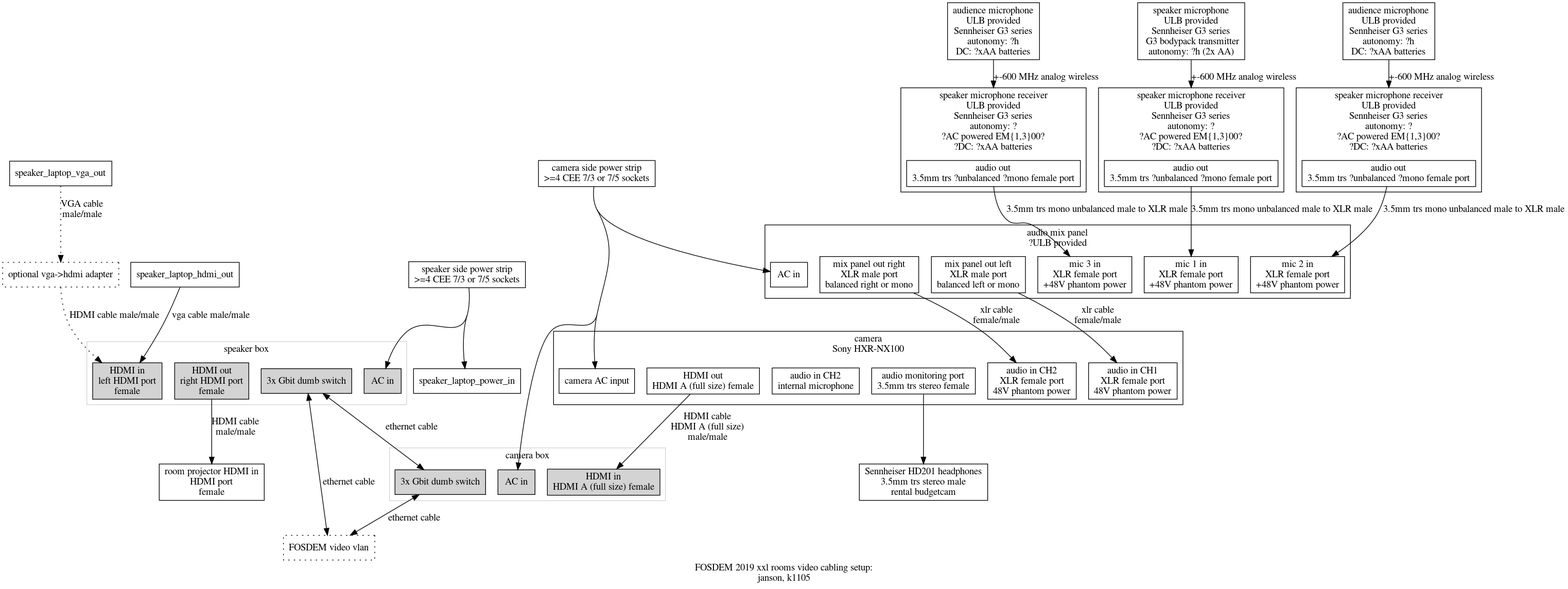
This is graph/cabling_xxl_rooms.png from zeridon/video, a Graphviz export, as it was before one commit. Its source is kept beside it as graph/cabling_xxl_rooms.dot. Its diagram source:
```dot
digraph G {
	label="FOSDEM 2019 xxl rooms video cabling setup:\njanson, k1105";
	concentrate = true;
	compound = true;
	node [shape = box];
	speaker_microphone [label="speaker microphone\nULB provided\nSennheiser G3 series\n G3 bodypack transmitter\nautonomy: ?h (2x AA)",URL="https://en-us.sennheiser.com/global-downloads/file/671/Set100PG3_US_INT.pdf"];
	audience_microphone_1 [label="audience microphone\nULB provided\nSennheiser G3 series\nautonomy: ?h\nDC: ?xAA batteries", URL="https://en-us.sennheiser.com/global-downloads/file/671/Set100PG3_US_INT.pdf"];
	audience_microphone_2 [label="audience microphone\nULB provided\nSennheiser G3 series\nautonomy: ?h\nDC: ?xAA batteries", URL="https://en-us.sennheiser.com/global-downloads/file/671/Set100PG3_US_INT.pdf"];
	subgraph cluster_speaker_microphone_receiver {
		label="speaker microphone receiver\nULB provided\nSennheiser G3 series\nautonomy: ?\n?AC powered EM{1,3}00?\n?DC: ?xAA batteries";
		URL = "https://en-us.sennheiser.com/global-downloads/file/671/Set100PG3_US_INT.pdf";
		speaker_microphone_receiver_audio_out [label = "audio out\n3.5mm trs ?unbalanced ?mono female port"];
	}
	subgraph cluster_audience_microphone_1_receiver {
		label="speaker microphone receiver\nULB provided\nSennheiser G3 series\nautonomy: ?\n?AC powered EM{1,3}00?\n?DC: ?xAA batteries";
		URL = "https://en-us.sennheiser.com/global-downloads/file/671/Set100PG3_US_INT.pdf";
		audience_microphone_1_receiver_audio_out [label = "audio out\n3.5mm trs ?unbalanced ?mono female port"];
	}
	subgraph cluster_audience_microphone_2_receiver {
		label="speaker microphone receiver\nULB provided\nSennheiser G3 series\nautonomy: ?\n?AC powered EM{1,3}00?\n?DC: ?xAA batteries";
		URL = "https://en-us.sennheiser.com/global-downloads/file/671/Set100PG3_US_INT.pdf";
		audience_microphone_2_receiver_audio_out [label = "audio out\n3.5mm trs ?unbalanced ?mono female port"];
	}

	subgraph cluster_speaker_laptop {
		label = "speaker laptop";
		speaker_laptop_vga_out = "HDMI OUT (female)";
		speaker_laptop_hdmi_out = "HDMI out";
		speaker_laptop_other_screen_out = "other screen out\n(not VGA or HDMI)";
		speaker_laptop_power_in = "AC power in";
	}
	vga_hdmi_adapter [label = "optional vga->hdmi adapter", style="dotted"];
	subgraph cluster_camera {
		label="camera\nSony HXR-NX100"
		URL="https://pro.sony.com/bbsccms/assets/files/micro/nxcam/latest/Sony_HXR-NX100.pdf";
		camera_xlr_in_1 [label = "audio in CH1\nXLR female port\n48V phantom power"];
		camera_xlr_in_2 [label = "audio in CH2\nXLR female port\n48V phantom power"];
		camera_hdmi_out [label = "HDMI out\nHDMI A (full size) female"];
		camera_internal_mic [label="audio in CH2\ninternal microphone"];
		camera_audio_monitor [label="audio monitoring port\n3.5mm trs stereo female"];
		camera_ac_in [label="camera AC input"];
	}

	subgraph fosdem_network {
			#style = filled;
			color = lightgrey;
			node [style = filled];
			subgraph cluster_cam_box {
				label = "camera box";
				URL = "https://github.com/FOSDEM/video";
				cam_box_hdmi_in [label="HDMI in\nHDMI A (full size) female"];
				cam_box_switch [label="3x Gbit dumb switch"];
				cam_box_ac_in [label="AC in"];
			}
			subgraph cluster_speaker_box {
				label = "speaker box";
				URL = "https://github.com/FOSDEM/video";
				speaker_box_hdmi_in [label="HDMI in\nleft HDMI port\nfemale"];
				speaker_box_hdmi_out [label="HDMI out\nright HDMI port\nfemale"];
				speaker_box_switch [label="3x Gbit dumb switch"];
				speaker_box_ac_in [label="AC in"];
			}
	}

	subgraph cluster_mix_panel {
		label="audio mix panel\n?ULB provided";
		url = "http://usa.yamaha.com/products/live_sound/mixers/analog-mixers/mg_standard_model/mg06/";
		mix_panel_mic_1_in [label="mic 1 in\nXLR female port\n+48V phantom power"];
		mix_panel_mic_2_in [label="mic 2 in\nXLR female port\n+48V phantom power"];
		mix_panel_mic_3_in [label="mic 3 in\nXLR female port\n+48V phantom power"];
		mix_panel_out_1 [label="mix panel out left\nXLR male port\nbalanced left or mono"];
		mix_panel_out_2 [label="mix panel out right\nXLR male port\nbalanced right or mono"];
		mix_panel_ac_in [label="AC in"];
	}
	cam_power_strip [label="camera side power strip\n>=4 CEE 7/3 or 7/5 sockets"];
	speaker_power_strip [label="speaker side power strip\n>=4 CEE 7/3 or 7/5 sockets"];
	room_projector [label="room projector HDMI in\nHDMI port\nfemale"];
	headphones [label="Sennheiser HD201 headphones\n3.5mm trs stereo male\nrental budgetcam", URL="https://en-us.sennheiser.com/over-ear-headphones-hd-201"];
	video_vlan [label="FOSDEM video vlan", style="dotted"];

	speaker_microphone -> speaker_microphone_receiver_audio_out [label = "+-600 MHz analog wireless", lhead = cluster_speaker_microphone_receiver ];
	audience_microphone_1 -> audience_microphone_1_receiver_audio_out [label = "+-600 MHz analog wireless", lhead = cluster_audience_microphone_1_receiver ];
	audience_microphone_2 -> audience_microphone_2_receiver_audio_out [label = "+-600 MHz analog wireless", lhead = cluster_audience_microphone_2_receiver ];
	speaker_microphone_receiver_audio_out -> mix_panel_mic_1_in [label = "3.5mm trs mono unbalanced male to XLR male"];
	audience_microphone_1_receiver_audio_out -> mix_panel_mic_2_in [label = "3.5mm trs mono unbalanced male to XLR male"];
	audience_microphone_2_receiver_audio_out -> mix_panel_mic_3_in [label = "3.5mm trs mono unbalanced male to XLR male"];

	mix_panel_out_1 -> camera_xlr_in_1 [label = "xlr cable\nfemale/male"];
	mix_panel_out_2 -> camera_xlr_in_2 [label = "xlr cable\nfemale/male"];
	speaker_laptop_hdmi_out -> speaker_box_hdmi_in [label = "vga cable male/male"];
	speaker_laptop_vga_out -> vga_hdmi_adapter [label = "VGA cable\nmale/male", style = "dotted"];
	vga_hdmi_adapter -> speaker_box_hdmi_in [label = "HDMI cable male/male", style = "dotted"];
	camera_hdmi_out -> cam_box_hdmi_in [label = "HDMI cable\nHDMI A (full size)\nmale/male"];
	speaker_box_hdmi_out -> room_projector [label = "HDMI cable\nmale/male"];
	camera_audio_monitor -> headphones;
	speaker_box_switch -> video_vlan [dir = "both", label = "ethernet cable"];
	cam_box_switch -> video_vlan [dir = "both", label = "ethernet cable"];
	speaker_box_switch -> cam_box_switch [dir = "both", label = "ethernet cable"];

	# AC power
	cam_power_strip -> camera_ac_in;
	cam_power_strip -> cam_box_ac_in;
	cam_power_strip -> mix_panel_ac_in;

	speaker_power_strip -> speaker_laptop_power_in;
	speaker_power_strip -> speaker_box_ac_in;
}
```
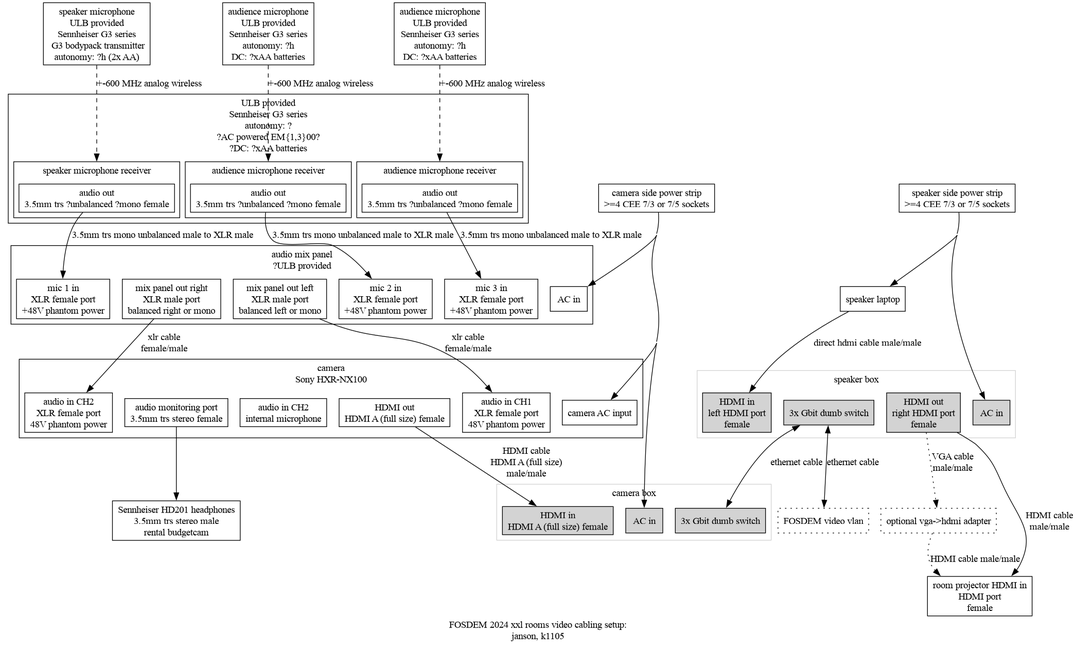
Above is the later version.

What changed in the source:
```diff
@@ -1,38 +1,39 @@
 digraph G {
-	label="FOSDEM 2019 xxl rooms video cabling setup:\njanson, k1105";
+	label="FOSDEM 2024 xxl rooms video cabling setup:\njanson, k1105";
 	concentrate = true;
 	compound = true;
 	node [shape = box];
+
+
 	speaker_microphone [label="speaker microphone\nULB provided\nSennheiser G3 series\n G3 bodypack transmitter\nautonomy: ?h (2x AA)",URL="https://en-us.sennheiser.com/global-downloads/file/671/Set100PG3_US_INT.pdf"];
 	audience_microphone_1 [label="audience microphone\nULB provided\nSennheiser G3 series\nautonomy: ?h\nDC: ?xAA batteries", URL="https://en-us.sennheiser.com/global-downloads/file/671/Set100PG3_US_INT.pdf"];
 	audience_microphone_2 [label="audience microphone\nULB provided\nSennheiser G3 series\nautonomy: ?h\nDC: ?xAA batteries", URL="https://en-us.sennheiser.com/global-downloads/file/671/Set100PG3_US_INT.pdf"];
-	subgraph cluster_speaker_microphone_receiver {
-		label="speaker microphone receiver\nULB provided\nSennheiser G3 series\nautonomy: ?\n?AC powered EM{1,3}00?\n?DC: ?xAA batteries";
-		URL = "https://en-us.sennheiser.com/global-downloads/file/671/Set100PG3_US_INT.pdf";
-		speaker_microphone_receiver_audio_out [label = "audio out\n3.5mm trs ?unbalanced ?mono female port"];
-	}
-	subgraph cluster_audience_microphone_1_receiver {
-		label="speaker microphone receiver\nULB provided\nSennheiser G3 series\nautonomy: ?\n?AC powered EM{1,3}00?\n?DC: ?xAA batteries";
-		URL = "https://en-us.sennheiser.com/global-downloads/file/671/Set100PG3_US_INT.pdf";
-		audience_microphone_1_receiver_audio_out [label = "audio out\n3.5mm trs ?unbalanced ?mono female port"];
-	}
-	subgraph cluster_audience_microphone_2_receiver {
-		label="speaker microphone receiver\nULB provided\nSennheiser G3 series\nautonomy: ?\n?AC powered EM{1,3}00?\n?DC: ?xAA batteries";
-		URL = "https://en-us.sennheiser.com/global-downloads/file/671/Set100PG3_US_INT.pdf";
-		audience_microphone_2_receiver_audio_out [label = "audio out\n3.5mm trs ?unbalanced ?mono female port"];
+
+	subgraph cluster_microphone_receivers {
+		label = "ULB provided\nSennheiser G3 series\nautonomy: ?\n?AC powered EM{1,3}00?\n?DC: ?xAA batteries";
+		subgraph cluster_speaker_microphone_receiver {
+			label="speaker microphone receiver";
+			URL = "https://en-us.sennheiser.com/global-downloads/file/671/Set100PG3_US_INT.pdf";
+			speaker_microphone_receiver_audio_out [label = "audio out\n3.5mm trs ?unbalanced ?mono female"];
+		}
+		subgraph cluster_audience_microphone_1_receiver {
+			label="audience microphone receiver";
+			URL = "https://en-us.sennheiser.com/global-downloads/file/671/Set100PG3_US_INT.pdf";
+			audience_microphone_1_receiver_audio_out [label = "audio out\n3.5mm trs ?unbalanced ?mono female"];
+		}
+		subgraph cluster_audience_microphone_2_receiver {
+			label="audience microphone receiver";
+			URL = "https://en-us.sennheiser.com/global-downloads/file/671/Set100PG3_US_INT.pdf";
+			audience_microphone_2_receiver_audio_out [label = "audio out\n3.5mm trs ?unbalanced ?mono female"];
+		}
 	}
 
-	subgraph cluster_speaker_laptop {
-		label = "speaker laptop";
-		speaker_laptop_vga_out = "HDMI OUT (female)";
-		speaker_laptop_hdmi_out = "HDMI out";
-		speaker_laptop_other_screen_out = "other screen out\n(not VGA or HDMI)";
-		speaker_laptop_power_in = "AC power in";
-	}
-	vga_hdmi_adapter [label = "optional vga->hdmi adapter", style="dotted"];
+	room_projector_optional_adapter [label = "optional vga->hdmi adapter", style="dotted"];
+	speaker_laptop [label = "speaker laptop"];
+
 	subgraph cluster_camera {
 		label="camera\nSony HXR-NX100"
-		URL="https://pro.sony.com/bbsccms/assets/files/micro/nxcam/latest/Sony_HXR-NX100.pdf";
+			URL="https://pro.sony.com/bbsccms/assets/files/micro/nxcam/latest/Sony_HXR-NX100.pdf";
 		camera_xlr_in_1 [label = "audio in CH1\nXLR female port\n48V phantom power"];
 		camera_xlr_in_2 [label = "audio in CH2\nXLR female port\n48V phantom power"];
 		camera_hdmi_out [label = "HDMI out\nHDMI A (full size) female"];
@@ -42,24 +43,23 @@
 	}
 
 	subgraph fosdem_network {
-			#style = filled;
-			color = lightgrey;
-			node [style = filled];
-			subgraph cluster_cam_box {
-				label = "camera box";
-				URL = "https://github.com/FOSDEM/video";
-				cam_box_hdmi_in [label="HDMI in\nHDMI A (full size) female"];
-				cam_box_switch [label="3x Gbit dumb switch"];
-				cam_box_ac_in [label="AC in"];
-			}
-			subgraph cluster_speaker_box {
-				label = "speaker box";
-				URL = "https://github.com/FOSDEM/video";
-				speaker_box_hdmi_in [label="HDMI in\nleft HDMI port\nfemale"];
-				speaker_box_hdmi_out [label="HDMI out\nright HDMI port\nfemale"];
-				speaker_box_switch [label="3x Gbit dumb switch"];
-				speaker_box_ac_in [label="AC in"];
-			}
+		color = lightgrey;
+		node [style = filled];
+		subgraph cluster_cam_box {
+			label = "camera box";
+			URL = "https://github.com/FOSDEM/video";
+			cam_box_hdmi_in [label="HDMI in\nHDMI A (full size) female"];
+			cam_box_switch [label="3x Gbit dumb switch"];
+			cam_box_ac_in [label="AC in"];
+		}
+		subgraph cluster_speaker_box {
+			label = "speaker box";
+			URL = "https://github.com/FOSDEM/video";
+			speaker_box_hdmi_in [label="HDMI in\nleft HDMI port\nfemale"];
+			speaker_box_hdmi_out [label="HDMI out\nright HDMI port\nfemale"];
+			speaker_box_switch [label="3x Gbit dumb switch"];
+			speaker_box_ac_in [label="AC in"];
+		}
 	}
 
 	subgraph cluster_mix_panel {
@@ -74,27 +74,27 @@
 	}
 	cam_power_strip [label="camera side power strip\n>=4 CEE 7/3 or 7/5 sockets"];
 	speaker_power_strip [label="speaker side power strip\n>=4 CEE 7/3 or 7/5 sockets"];
+
 	room_projector [label="room projector HDMI in\nHDMI port\nfemale"];
 	headphones [label="Sennheiser HD201 headphones\n3.5mm trs stereo male\nrental budgetcam", URL="https://en-us.sennheiser.com/over-ear-headphones-hd-201"];
 	video_vlan [label="FOSDEM video vlan", style="dotted"];
 
-	speaker_microphone -> speaker_microphone_receiver_audio_out [label = "+-600 MHz analog wireless", lhead = cluster_speaker_microphone_receiver ];
-	audience_microphone_1 -> audience_microphone_1_receiver_audio_out [label = "+-600 MHz analog wireless", lhead = cluster_audience_microphone_1_receiver ];
-	audience_microphone_2 -> audience_microphone_2_receiver_audio_out [label = "+-600 MHz analog wireless", lhead = cluster_audience_microphone_2_receiver ];
+	speaker_microphone -> speaker_microphone_receiver_audio_out [label = "+-600 MHz analog wireless", lhead = cluster_speaker_microphone_receiver, style = dashed ];
+	audience_microphone_1 -> audience_microphone_1_receiver_audio_out [label = "+-600 MHz analog wireless", lhead = cluster_audience_microphone_1_receiver, style = dashed ];
+	audience_microphone_2 -> audience_microphone_2_receiver_audio_out [label = "+-600 MHz analog wireless", lhead = cluster_audience_microphone_2_receiver, style = dashed ];
 	speaker_microphone_receiver_audio_out -> mix_panel_mic_1_in [label = "3.5mm trs mono unbalanced male to XLR male"];
 	audience_microphone_1_receiver_audio_out -> mix_panel_mic_2_in [label = "3.5mm trs mono unbalanced male to XLR male"];
 	audience_microphone_2_receiver_audio_out -> mix_panel_mic_3_in [label = "3.5mm trs mono unbalanced male to XLR male"];
 
 	mix_panel_out_1 -> camera_xlr_in_1 [label = "xlr cable\nfemale/male"];
 	mix_panel_out_2 -> camera_xlr_in_2 [label = "xlr cable\nfemale/male"];
-	speaker_laptop_hdmi_out -> speaker_box_hdmi_in [label = "vga cable male/male"];
-	speaker_laptop_vga_out -> vga_hdmi_adapter [label = "VGA cable\nmale/male", style = "dotted"];
-	vga_hdmi_adapter -> speaker_box_hdmi_in [label = "HDMI cable male/male", style = "dotted"];
+	speaker_laptop -> speaker_box_hdmi_in [label = "direct hdmi cable male/male"];
+	speaker_box_hdmi_out -> room_projector_optional_adapter [label = "VGA cable\nmale/male", style = "dotted"];
+	room_projector_optional_adapter -> room_projector [label = "HDMI cable male/male", style = "dotted"];
 	camera_hdmi_out -> cam_box_hdmi_in [label = "HDMI cable\nHDMI A (full size)\nmale/male"];
 	speaker_box_hdmi_out -> room_projector [label = "HDMI cable\nmale/male"];
 	camera_audio_monitor -> headphones;
 	speaker_box_switch -> video_vlan [dir = "both", label = "ethernet cable"];
-	cam_box_switch -> video_vlan [dir = "both", label = "ethernet cable"];
 	speaker_box_switch -> cam_box_switch [dir = "both", label = "ethernet cable"];
 
 	# AC power
@@ -102,6 +102,6 @@
 	cam_power_strip -> cam_box_ac_in;
 	cam_power_strip -> mix_panel_ac_in;
 
-	speaker_power_strip -> speaker_laptop_power_in;
+	speaker_power_strip -> speaker_laptop;
 	speaker_power_strip -> speaker_box_ac_in;
 }
```
